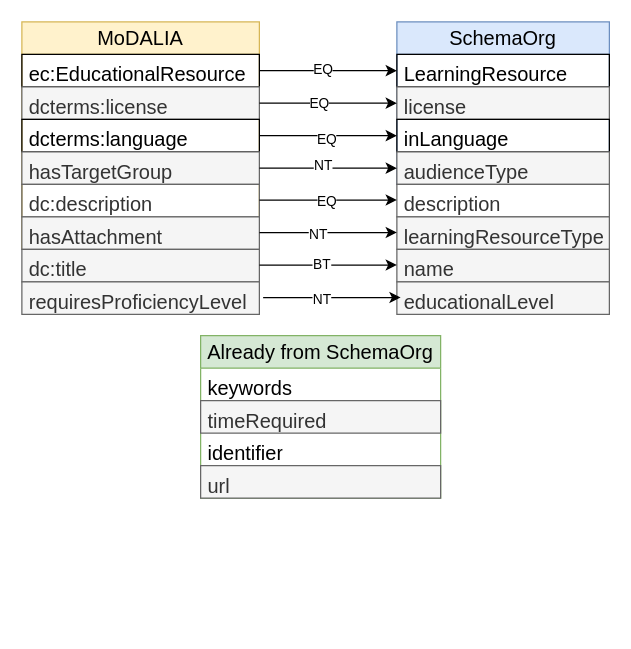
Before: visualisations/crosswalk2schema.drawio in data-literacy-alliance/dalia-ontology, a draw.io diagram. Source tidied: cells renumbered, new cells numbered last; positions are measured from the earlier drawing's top-left corner, leaving out a move shared by most shapes. Both pictures are drawn from the tidied source at 125%, with x=0, y=0 at pixel (21, 21).
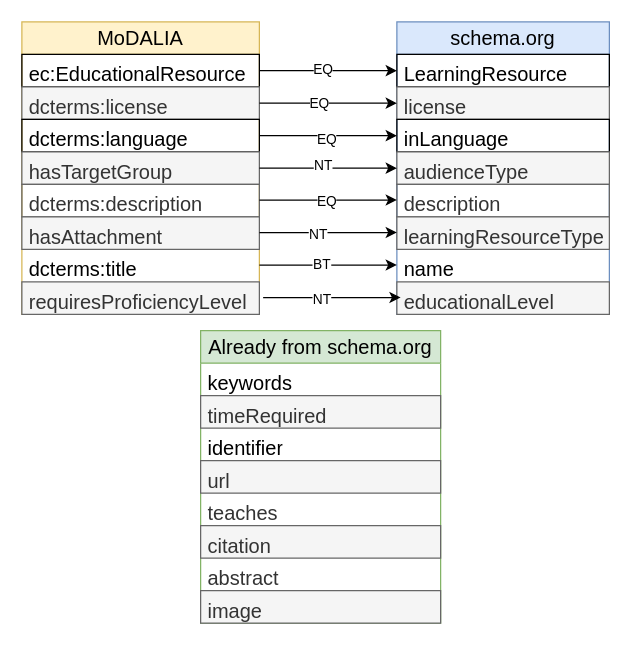
After the change.

Commit message (it also covers changes not shown here):
dcterms+4attribs+Vis

Change to the diagram source:
```diff
@@
     <mxCell id="2" value="MoDALIA" style="swimlane;fontStyle=0;horizontal=1;startSize=26;fillColor=#fff2cc;whiteSpace=wrap;html=1;strokeColor=#d6b656;fontSize=16;" parent="1" vertex="1">
-      <mxGeometry width="190" height="182" as="geometry" />
+      <mxGeometry width="190" height="234" as="geometry" />
     </mxCell>
@@
-    <mxCell id="7" value="dc:description" style="text;strokeColor=#666666;fillColor=none;align=left;verticalAlign=top;spacingLeft=4;spacingRight=4;overflow=hidden;whiteSpace=wrap;html=1;fontColor=#333333;fontSize=16;" parent="2" vertex="1">
+    <mxCell id="7" value="dcterms:description" style="text;strokeColor=#666666;fillColor=none;align=left;verticalAlign=top;spacingLeft=4;spacingRight=4;overflow=hidden;whiteSpace=wrap;html=1;fontColor=#333333;fontSize=16;" parent="2" vertex="1">
       <mxGeometry y="130" width="190" height="26" as="geometry" />
     </mxCell>
@@
+    <mxCell id="28" value="dcterms:title" style="text;align=left;verticalAlign=top;spacingLeft=4;spacingRight=4;overflow=hidden;whiteSpace=wrap;html=1;fontSize=16;" parent="2" vertex="1">
+      <mxGeometry y="182" width="190" height="26" as="geometry" />
+    </mxCell>
+    <mxCell id="37" value="requiresProficiencyLevel" style="text;strokeColor=#666666;fillColor=#f5f5f5;align=left;verticalAlign=top;spacingLeft=4;spacingRight=4;overflow=hidden;whiteSpace=wrap;html=1;fontColor=#333333;fontSize=16;" parent="2" vertex="1">
+      <mxGeometry y="208" width="190" height="26" as="geometry" />
+    </mxCell>
-    <mxCell id="9" value="SchemaOrg" style="swimlane;fontStyle=0;horizontal=1;startSize=26;fillColor=#dae8fc;whiteSpace=wrap;html=1;strokeColor=#6c8ebf;fontSize=16;" parent="1" vertex="1">
-      <mxGeometry x="300" width="170" height="130" as="geometry" />
+    <mxCell id="9" value="schema.org" style="swimlane;fontStyle=0;horizontal=1;startSize=26;fillColor=#dae8fc;whiteSpace=wrap;html=1;strokeColor=#6c8ebf;fontSize=16;" parent="1" vertex="1">
+      <mxGeometry x="300" width="170" height="234" as="geometry" />
     </mxCell>
@@
+    <mxCell id="22" value="description" style="text;strokeColor=#666666;fillColor=none;align=left;verticalAlign=top;spacingLeft=4;spacingRight=4;overflow=hidden;whiteSpace=wrap;html=1;fontColor=#333333;fontSize=16;" parent="9" vertex="1">
+      <mxGeometry y="130" width="170" height="26" as="geometry" />
+    </mxCell>
+    <mxCell id="25" value="learningResourceType" style="text;strokeColor=#666666;fillColor=#f5f5f5;align=left;verticalAlign=top;spacingLeft=4;spacingRight=4;overflow=hidden;whiteSpace=wrap;html=1;fontColor=#333333;fontSize=16;" parent="9" vertex="1">
+      <mxGeometry y="156" width="170" height="26" as="geometry" />
+    </mxCell>
+    <mxCell id="29" value="name" style="text;align=left;verticalAlign=top;spacingLeft=4;spacingRight=4;overflow=hidden;whiteSpace=wrap;html=1;fontSize=16;" parent="9" vertex="1">
+      <mxGeometry y="182" width="170" height="26" as="geometry" />
+    </mxCell>
+    <mxCell id="38" value="educationalLevel" style="text;strokeColor=#666666;fillColor=#f5f5f5;align=left;verticalAlign=top;spacingLeft=4;spacingRight=4;overflow=hidden;whiteSpace=wrap;html=1;fontColor=#333333;fontSize=16;" parent="9" vertex="1">
+      <mxGeometry y="208" width="170" height="26" as="geometry" />
+    </mxCell>
@@
-    <mxCell id="22" value="description" style="text;strokeColor=#666666;fillColor=none;align=left;verticalAlign=top;spacingLeft=4;spacingRight=4;overflow=hidden;whiteSpace=wrap;html=1;fontColor=#333333;fontSize=16;" parent="1" vertex="1">
-      <mxGeometry x="300" y="130" width="170" height="26" as="geometry" />
-    </mxCell>
@@
-    <mxCell id="25" value="learningResourceType" style="text;strokeColor=#666666;fillColor=#f5f5f5;align=left;verticalAlign=top;spacingLeft=4;spacingRight=4;overflow=hidden;whiteSpace=wrap;html=1;fontColor=#333333;fontSize=16;" parent="1" vertex="1">
-      <mxGeometry x="300" y="156" width="170" height="26" as="geometry" />
-    </mxCell>
@@
-    <mxCell id="28" value="dc:title" style="text;strokeColor=#666666;fillColor=#f5f5f5;align=left;verticalAlign=top;spacingLeft=4;spacingRight=4;overflow=hidden;whiteSpace=wrap;html=1;fontColor=#333333;fontSize=16;" parent="1" vertex="1">
-      <mxGeometry y="182" width="190" height="26" as="geometry" />
-    </mxCell>
-    <mxCell id="29" value="name" style="text;strokeColor=#666666;fillColor=#f5f5f5;align=left;verticalAlign=top;spacingLeft=4;spacingRight=4;overflow=hidden;whiteSpace=wrap;html=1;fontColor=#333333;fontSize=16;" parent="1" vertex="1">
-      <mxGeometry x="300" y="182" width="170" height="26" as="geometry" />
-    </mxCell>
@@
-    <mxCell id="32" value="Already from SchemaOrg" style="swimlane;fontStyle=0;horizontal=1;startSize=26;fillColor=#d5e8d4;whiteSpace=wrap;html=1;strokeColor=#82b366;fontSize=16;" parent="1" vertex="1">
-      <mxGeometry x="143" y="251" width="192" height="130" as="geometry" />
+    <mxCell id="32" value="Already from schema.org" style="swimlane;fontStyle=0;horizontal=1;startSize=26;fillColor=#d5e8d4;whiteSpace=wrap;html=1;strokeColor=#82b366;fontSize=16;" parent="1" vertex="1">
+      <mxGeometry x="143" y="247" width="192" height="234" as="geometry" />
     </mxCell>
@@
-    <mxCell id="37" value="requiresProficiencyLevel" style="text;strokeColor=#666666;fillColor=#f5f5f5;align=left;verticalAlign=top;spacingLeft=4;spacingRight=4;overflow=hidden;whiteSpace=wrap;html=1;fontColor=#333333;fontSize=16;" parent="1" vertex="1">
-      <mxGeometry y="208" width="190" height="26" as="geometry" />
-    </mxCell>
-    <mxCell id="38" value="educationalLevel" style="text;strokeColor=#666666;fillColor=#f5f5f5;align=left;verticalAlign=top;spacingLeft=4;spacingRight=4;overflow=hidden;whiteSpace=wrap;html=1;fontColor=#333333;fontSize=16;" parent="1" vertex="1">
-      <mxGeometry x="300" y="208" width="170" height="26" as="geometry" />
-    </mxCell>
+    <mxCell id="41" value="&lt;font color=&quot;#333333&quot;&gt;teaches&lt;/font&gt;" style="text;align=left;verticalAlign=top;spacingLeft=4;spacingRight=4;overflow=hidden;whiteSpace=wrap;html=1;fontSize=16;" parent="32" vertex="1">
+      <mxGeometry y="130" width="192" height="26" as="geometry" />
+    </mxCell>
+    <mxCell id="42" value="citation" style="text;strokeColor=#666666;fillColor=#f5f5f5;align=left;verticalAlign=top;spacingLeft=4;spacingRight=4;overflow=hidden;whiteSpace=wrap;html=1;fontSize=16;fontColor=#333333;" parent="32" vertex="1">
+      <mxGeometry y="156" width="192" height="26" as="geometry" />
+    </mxCell>
+    <mxCell id="43" value="&lt;font color=&quot;#333333&quot;&gt;abstract&lt;/font&gt;" style="text;align=left;verticalAlign=top;spacingLeft=4;spacingRight=4;overflow=hidden;whiteSpace=wrap;html=1;fontSize=16;" parent="32" vertex="1">
+      <mxGeometry y="182" width="192" height="26" as="geometry" />
+    </mxCell>
+    <mxCell id="44" value="image" style="text;strokeColor=#666666;fillColor=#f5f5f5;align=left;verticalAlign=top;spacingLeft=4;spacingRight=4;overflow=hidden;whiteSpace=wrap;html=1;fontSize=16;fontColor=#333333;" parent="32" vertex="1">
+      <mxGeometry y="208" width="192" height="26" as="geometry" />
+    </mxCell>
```
